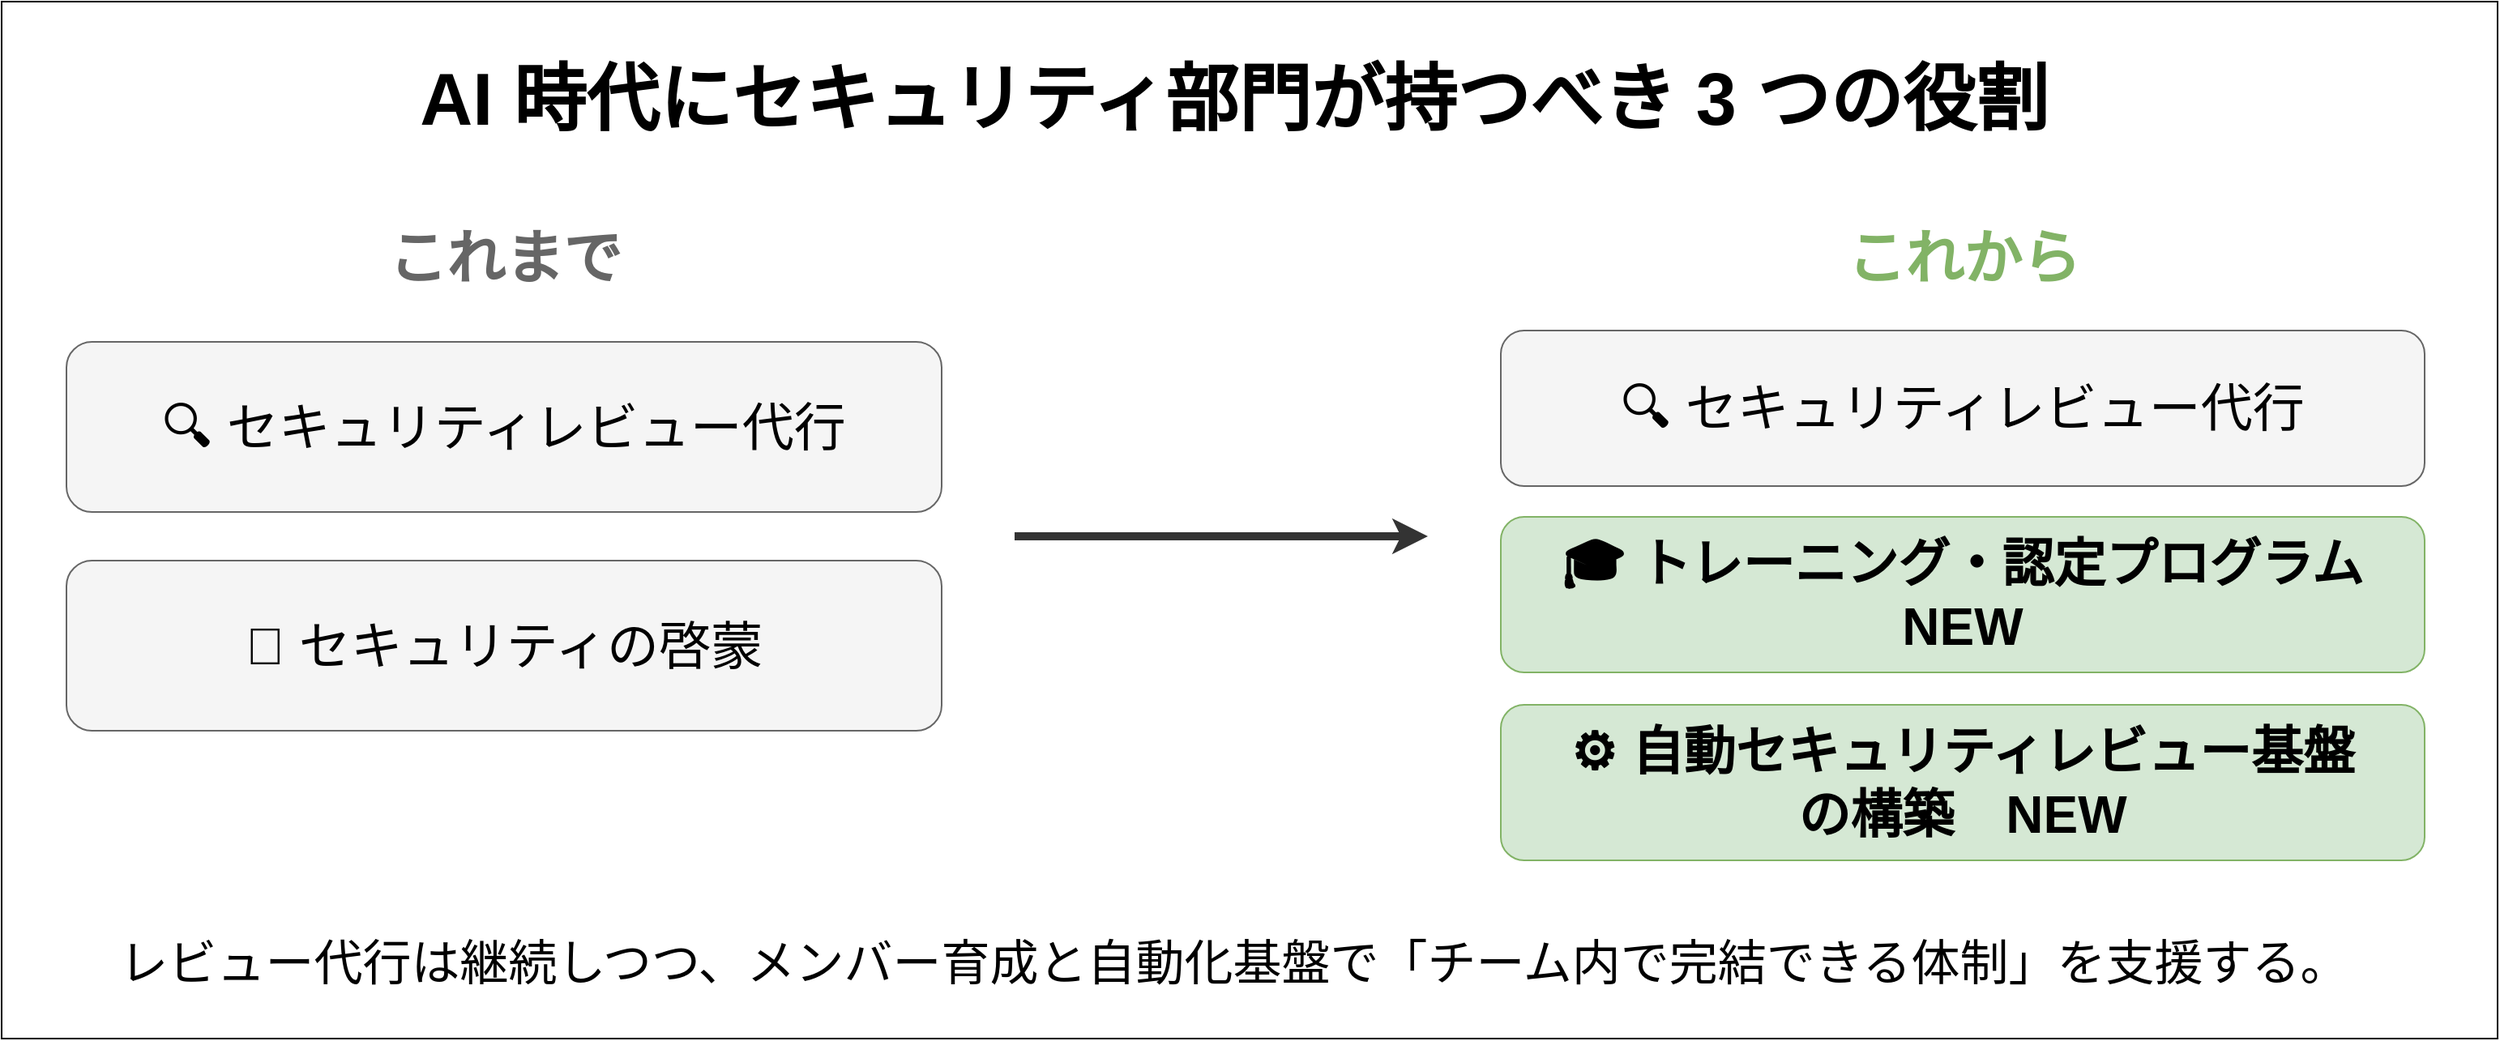
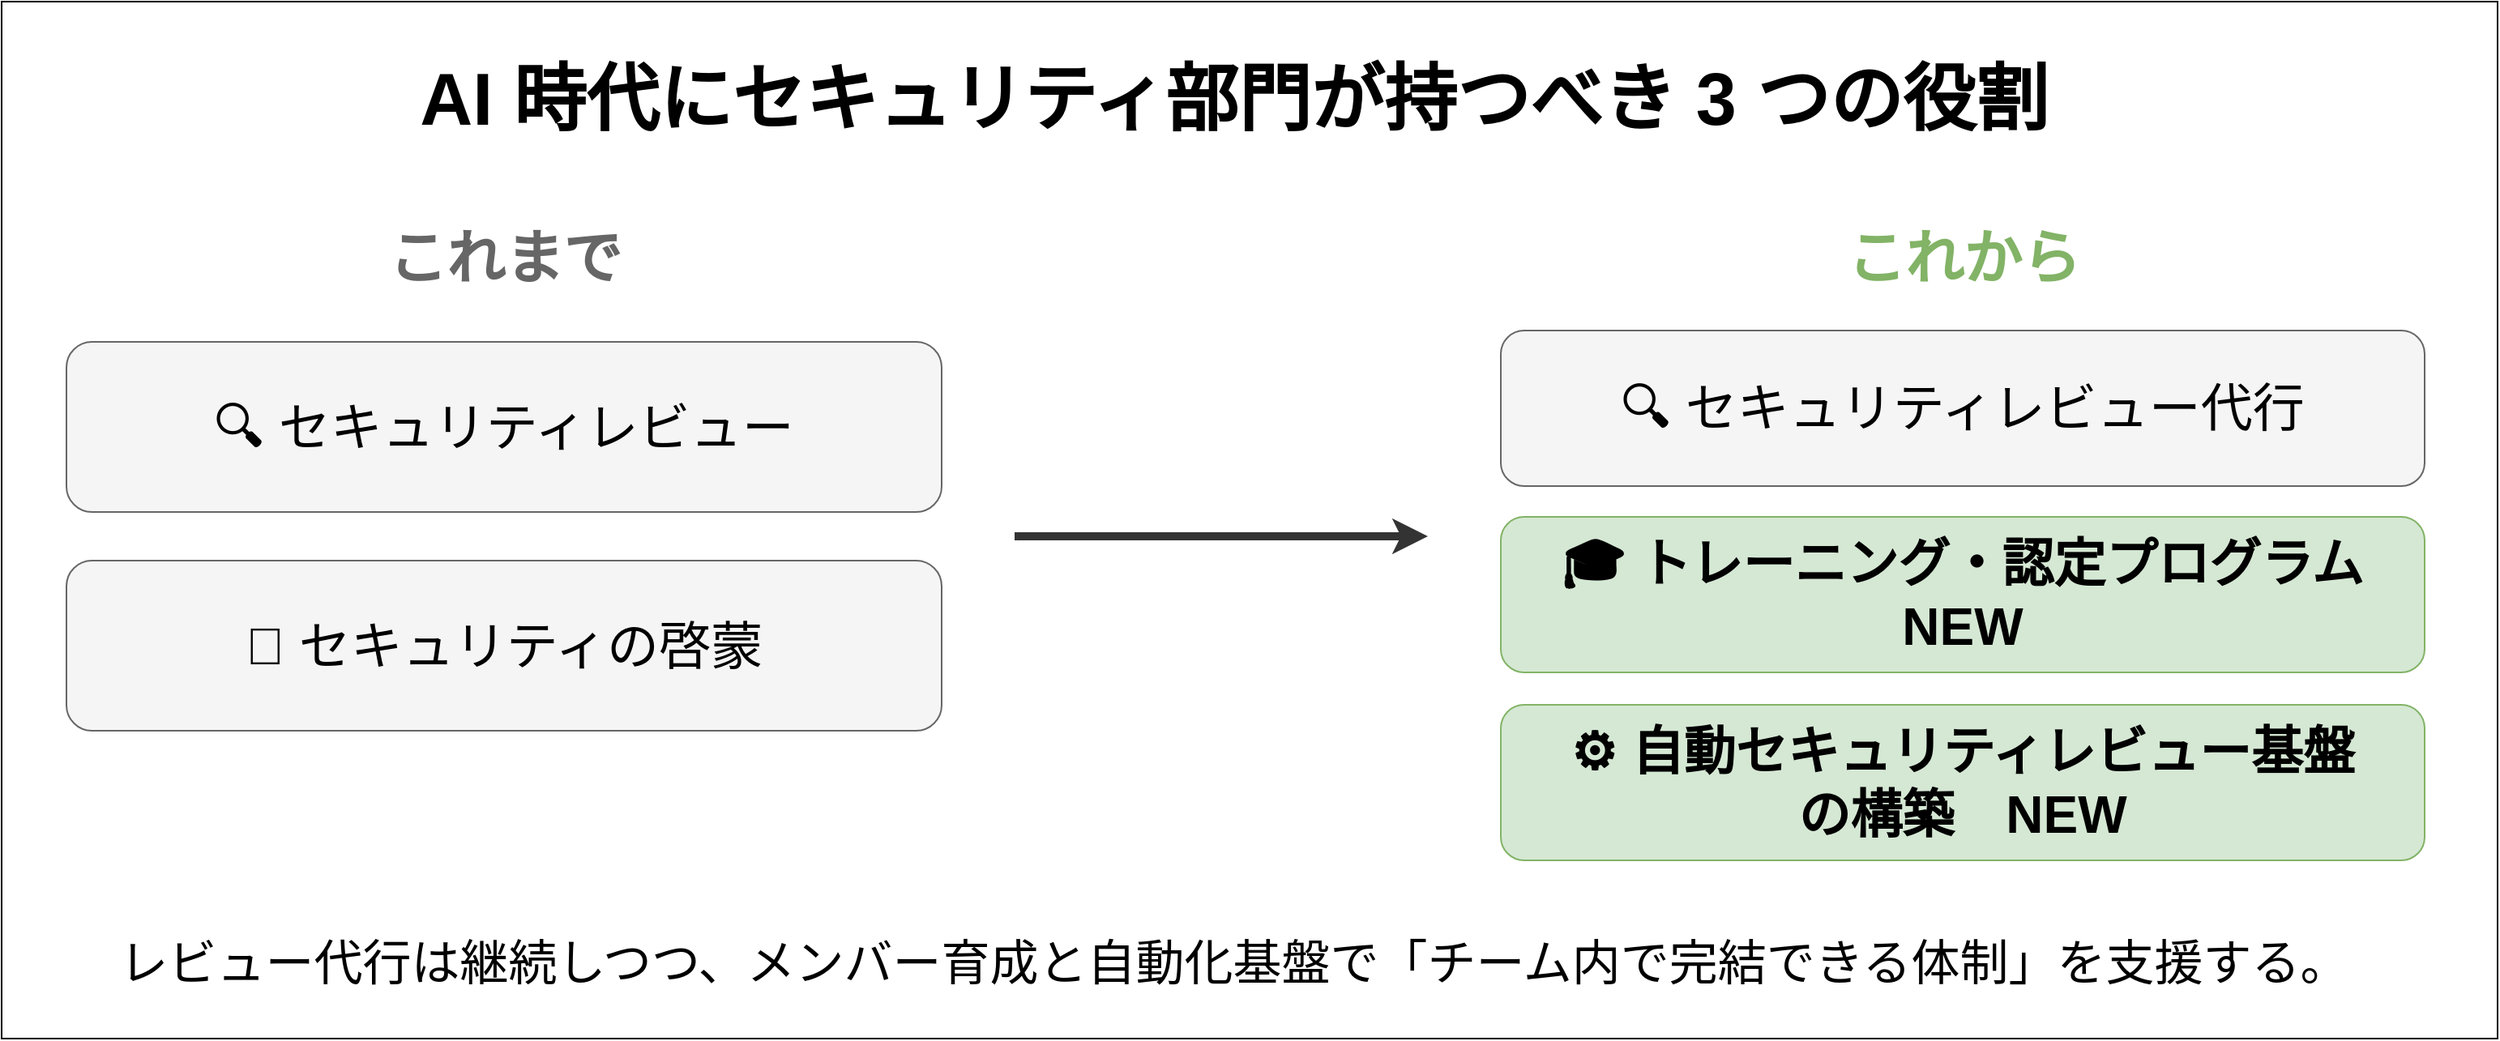
<mxfile host="Electron">
  <diagram id="fig4" name="security-dept-roles">
    <mxGraphModel dx="2054" dy="1210" grid="1" gridSize="10" guides="1" tooltips="1" connect="1" arrows="1" fold="1" page="1" pageScale="1" pageWidth="1620" pageHeight="668" math="0" shadow="0">
      <root>
        <mxCell id="0" />
        <mxCell id="1" parent="0" />
        <mxCell id="n8ktVRUqBwqHT9lEnyel-1" parent="1" style="rounded=0;whiteSpace=wrap;html=1;" value="" vertex="1">
          <mxGeometry height="640" width="1540" x="50" as="geometry" />
        </mxCell>
        <mxCell id="title" parent="1" style="text;html=1;align=center;verticalAlign=middle;fontSize=45;fontStyle=1;" value="AI 時代にセキュリティ部門が持つべき 3 つの役割" vertex="1">
          <mxGeometry height="60" width="1500" x="60" y="30" as="geometry" />
        </mxCell>
        <mxCell id="tL" parent="1" style="text;html=1;align=center;verticalAlign=middle;fontSize=36;fontStyle=1;fontColor=#666666;" value="これまで" vertex="1">
          <mxGeometry height="45" width="540" x="90" y="135" as="geometry" />
        </mxCell>
-         <mxCell id="L1" parent="1" style="rounded=1;whiteSpace=wrap;html=1;fillColor=#f5f5f5;strokeColor=#666666;fontSize=32;" value="🔍 セキュリティレビュー代行" vertex="1">
+         <mxCell id="L1" parent="1" style="rounded=1;whiteSpace=wrap;html=1;fillColor=#f5f5f5;strokeColor=#666666;fontSize=32;" value="🔍 セキュリティレビュー" vertex="1">
          <mxGeometry height="105" width="540" x="90" y="210" as="geometry" />
        </mxCell>
        <mxCell id="L2" parent="1" style="rounded=1;whiteSpace=wrap;html=1;fillColor=#f5f5f5;strokeColor=#666666;fontSize=32;" value="📣 セキュリティの啓蒙" vertex="1">
          <mxGeometry height="105" width="540" x="90" y="345" as="geometry" />
        </mxCell>
        <mxCell id="arrow" edge="1" parent="1" style="endArrow=classic;html=1;strokeColor=#333333;strokeWidth=5;">
          <mxGeometry relative="1" as="geometry">
            <mxPoint x="675" y="330" as="sourcePoint" />
            <mxPoint x="930" y="330" as="targetPoint" />
          </mxGeometry>
        </mxCell>
        <mxCell id="tR" parent="1" style="text;html=1;align=center;verticalAlign=middle;fontSize=36;fontStyle=1;fontColor=#82b366;" value="これから" vertex="1">
          <mxGeometry height="45" width="570" x="975" y="135" as="geometry" />
        </mxCell>
        <mxCell id="R1" parent="1" style="rounded=1;whiteSpace=wrap;html=1;fillColor=#f5f5f5;strokeColor=#666666;fontSize=32;" value="🔍 セキュリティレビュー代行" vertex="1">
          <mxGeometry height="96" width="570" x="975" y="203" as="geometry" />
        </mxCell>
        <mxCell id="R2" parent="1" style="rounded=1;whiteSpace=wrap;html=1;fillColor=#d5e8d4;strokeColor=#82b366;fontSize=32;fontStyle=1;" value="🎓 トレーニング・認定プログラム&lt;br&gt;&lt;b&gt;NEW&lt;/b&gt;" vertex="1">
          <mxGeometry height="96" width="570" x="975" y="318" as="geometry" />
        </mxCell>
        <mxCell id="R3" parent="1" style="rounded=1;whiteSpace=wrap;html=1;fillColor=#d5e8d4;strokeColor=#82b366;fontSize=32;fontStyle=1;" value="⚙️ 自動セキュリティレビュー基盤&lt;br&gt;の構築　&lt;b&gt;NEW&lt;/b&gt;" vertex="1">
          <mxGeometry height="96" width="570" x="975" y="434" as="geometry" />
        </mxCell>
        <mxCell id="note" parent="1" style="text;html=1;align=center;verticalAlign=middle;fontSize=30;" value="レビュー代行は継続しつつ、メンバー育成と自動化基盤で「チーム内で完結できる体制」を支援する。" vertex="1">
          <mxGeometry height="60" width="1500" x="60" y="563" as="geometry" />
        </mxCell>
      </root>
    </mxGraphModel>
  </diagram>
</mxfile>
